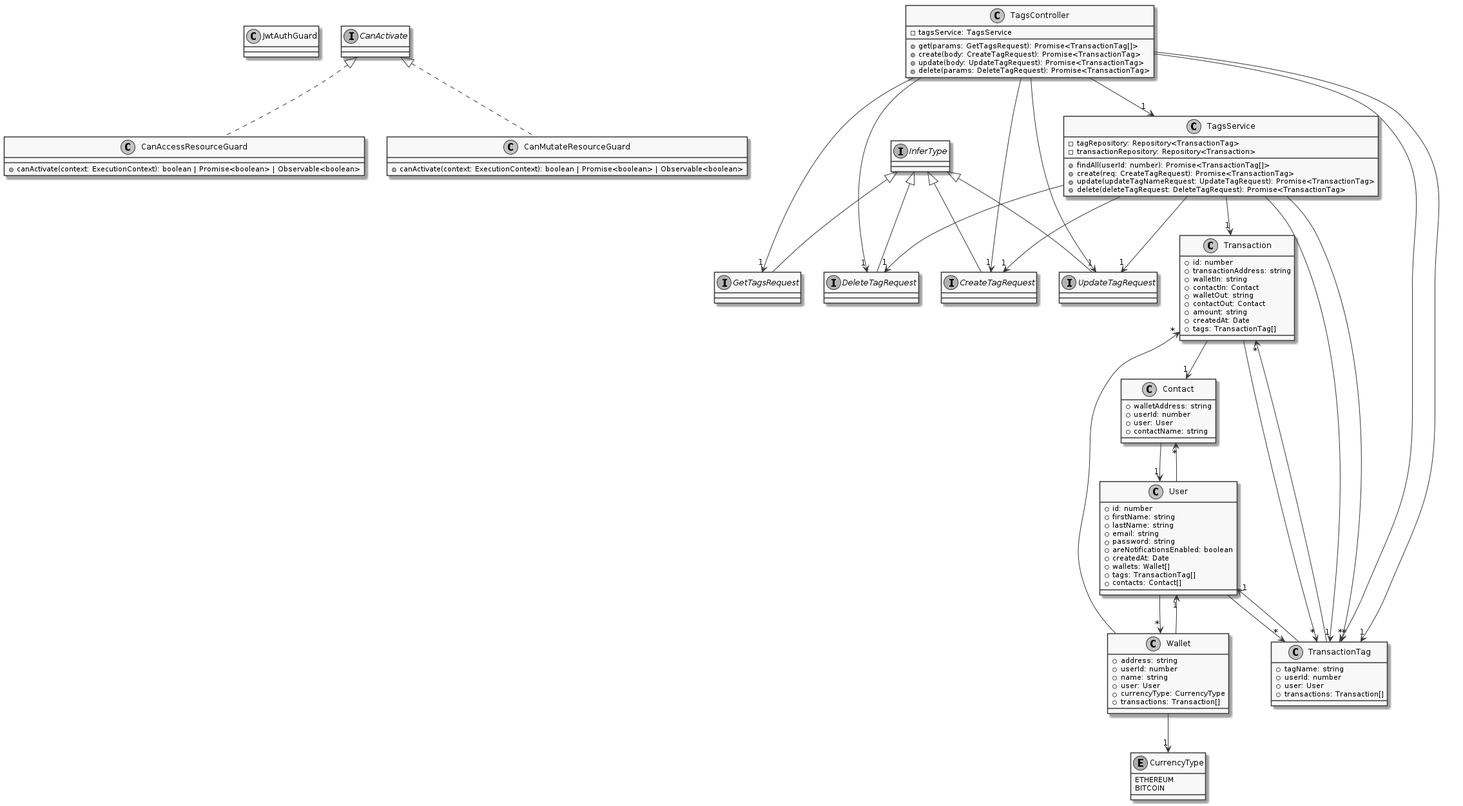
Earlier version of the PlantUML export packages/docs/diagrams/generated/class_diagram_api_tags.png (SOEN-490-Capstone/Cryptify).
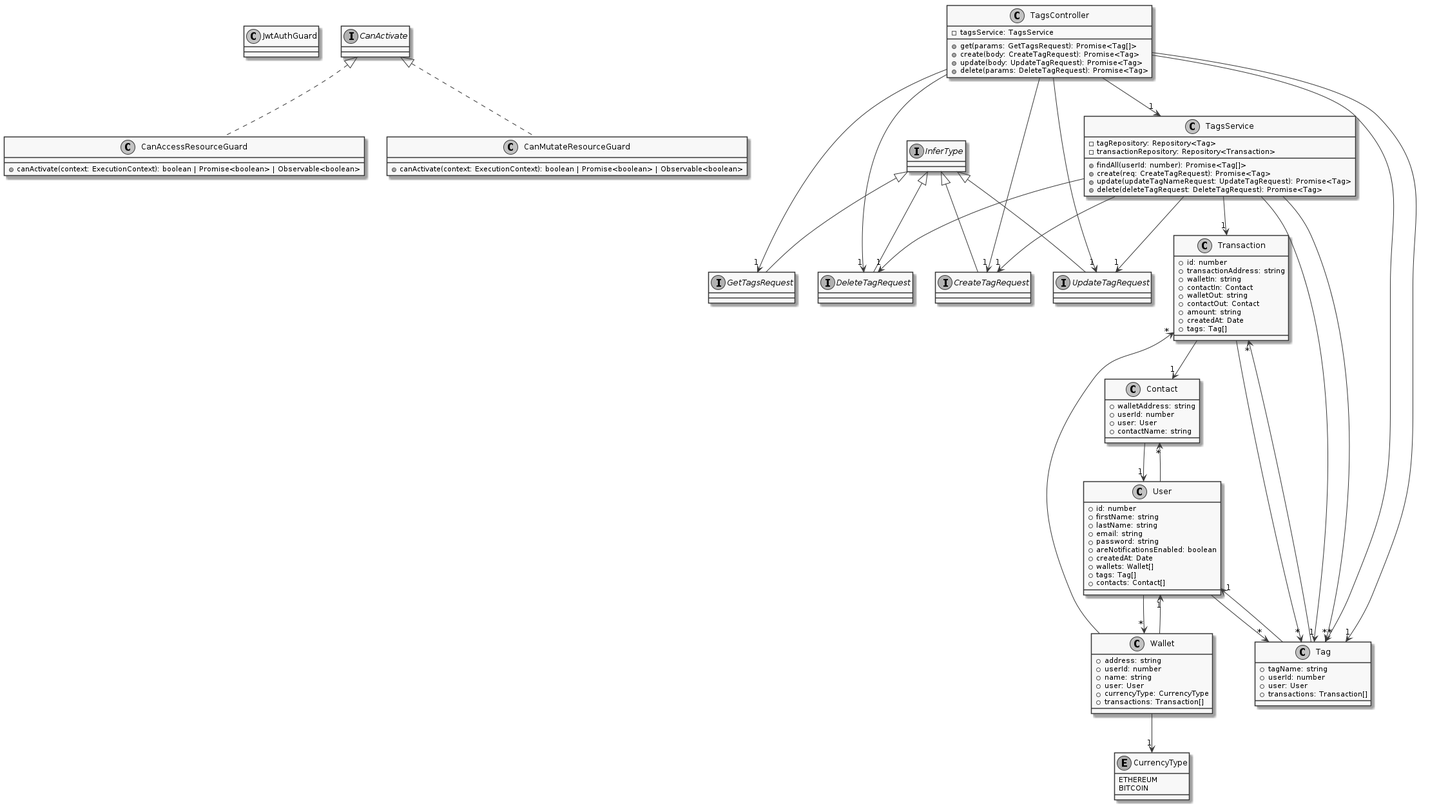
Later version of the same file.

What changed in the source:
```diff
@@ -29,7 +29,7 @@
     +areNotificationsEnabled: boolean
     +createdAt: Date
     +wallets: Wallet[]
-    +tags: TransactionTag[]
+    +tags: Tag[]
     +contacts: Contact[]
 }
 class Contact {
@@ -47,54 +47,54 @@
     +contactOut: Contact
     +amount: string
     +createdAt: Date
-    +tags: TransactionTag[]
+    +tags: Tag[]
 }
-class TransactionTag {
+class Tag {
     +tagName: string
     +userId: number
     +user: User
     +transactions: Transaction[]
 }
 class TagsService {
-    -tagRepository: Repository<TransactionTag>
+    -tagRepository: Repository<Tag>
     -transactionRepository: Repository<Transaction>
-    +findAll(userId: number): Promise<TransactionTag[]>
-    +create(req: CreateTagRequest): Promise<TransactionTag>
-    +update(updateTagNameRequest: UpdateTagRequest): Promise<TransactionTag>
-    +delete(deleteTagRequest: DeleteTagRequest): Promise<TransactionTag>
+    +findAll(userId: number): Promise<Tag[]>
+    +create(req: CreateTagRequest): Promise<Tag>
+    +update(updateTagNameRequest: UpdateTagRequest): Promise<Tag>
+    +delete(deleteTagRequest: DeleteTagRequest): Promise<Tag>
 }
 class CanMutateResourceGuard implements CanActivate {
     +canActivate(context: ExecutionContext): boolean | Promise<boolean> | Observable<boolean>
 }
 class TagsController {
     -tagsService: TagsService
-    +get(params: GetTagsRequest): Promise<TransactionTag[]>
-    +create(body: CreateTagRequest): Promise<TransactionTag>
-    +update(body: UpdateTagRequest): Promise<TransactionTag>
-    +delete(params: DeleteTagRequest): Promise<TransactionTag>
+    +get(params: GetTagsRequest): Promise<Tag[]>
+    +create(body: CreateTagRequest): Promise<Tag>
+    +update(body: UpdateTagRequest): Promise<Tag>
+    +delete(params: DeleteTagRequest): Promise<Tag>
 }
 Wallet --> "1" User
 Wallet --> "1" CurrencyType
 Wallet --> "*" Transaction
 User --> "*" Wallet
-User --> "*" TransactionTag
+User --> "*" Tag
 User --> "*" Contact
 Contact --> "1" User
 Transaction --> "1" Contact
-Transaction --> "*" TransactionTag
-TransactionTag --> "1" User
-TransactionTag --> "*" Transaction
-TagsService --> "1" TransactionTag
+Transaction --> "*" Tag
+Tag --> "1" User
+Tag --> "*" Transaction
+TagsService --> "1" Tag
 TagsService --> "1" Transaction
-TagsService --> "*" TransactionTag
+TagsService --> "*" Tag
 TagsService --> "1" CreateTagRequest
 TagsService --> "1" UpdateTagRequest
 TagsService --> "1" DeleteTagRequest
 TagsController --> "1" TagsService
 TagsController --> "1" GetTagsRequest
-TagsController --> "*" TransactionTag
+TagsController --> "*" Tag
 TagsController --> "1" CreateTagRequest
-TagsController --> "1" TransactionTag
+TagsController --> "1" Tag
 TagsController --> "1" UpdateTagRequest
 TagsController --> "1" DeleteTagRequest
 @enduml
```
